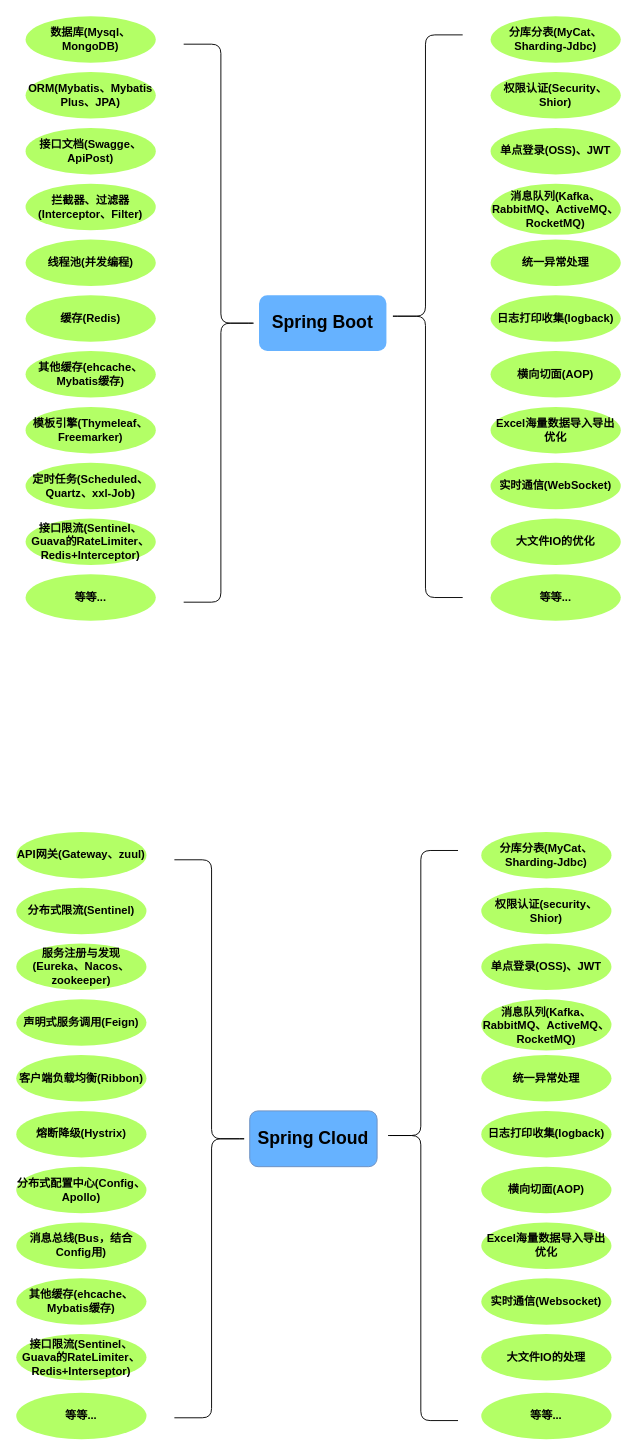
The draw.io diagram 其他/业界前沿技术栈框架(后端).drawio in KTLeYing/draw-diagram, before the edit. Source tidied: cells renumbered, new cells numbered last; positions are measured from the earlier drawing's top-left corner, leaving out a move shared by most shapes. Both pictures are drawn from the tidied source at 93%, with x=0, y=0 at pixel (16, 16).
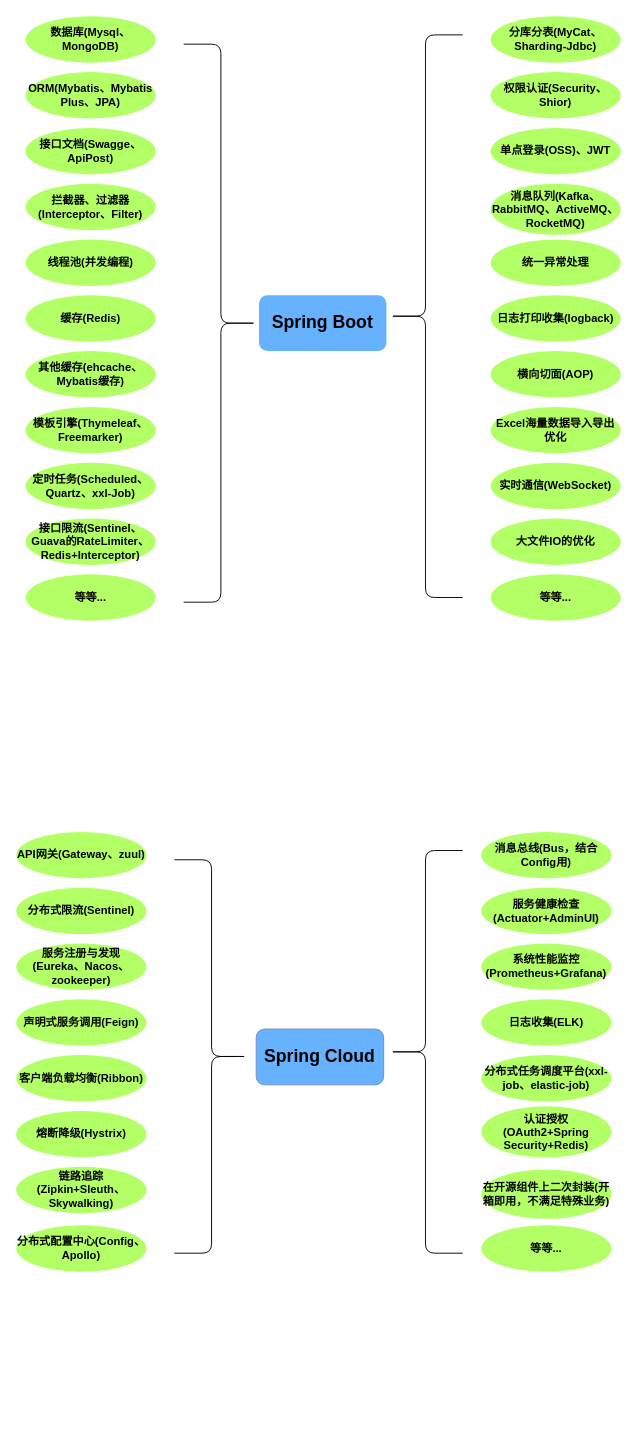
After the change.

Commit message:
更新业界前沿技术栈框架(后端).drawio

Change to the diagram source:
```diff
@@
     <mxCell id="27" value="&lt;font style=&quot;font-size: 19px;&quot;&gt;Spring Cloud&lt;/font&gt;" style="rounded=1;whiteSpace=wrap;html=1;fillColor=#66B2FF;strokeColor=#6c8ebf;fontStyle=1;gradientColor=none;" parent="1" vertex="1">
-      <mxGeometry x="251" y="1177" width="137" height="60" as="geometry" />
+      <mxGeometry x="258" y="1089" width="137" height="60" as="geometry" />
     </mxCell>
@@
     <mxCell id="34" value="分布式配置中心(Config、Apollo)" style="ellipse;whiteSpace=wrap;html=1;fillColor=#B3FF66;strokeColor=none;fontStyle=1;" parent="1" vertex="1">
-      <mxGeometry y="1237" width="140" height="50" as="geometry" />
+      <mxGeometry y="1300" width="140" height="50" as="geometry" />
     </mxCell>
     <mxCell id="35" value="消息总线(Bus，结合Config用)" style="ellipse;whiteSpace=wrap;html=1;fillColor=#B3FF66;strokeColor=none;fontStyle=1;" parent="1" vertex="1">
-      <mxGeometry y="1297" width="140" height="50" as="geometry" />
+      <mxGeometry x="500" y="877" width="140" height="50" as="geometry" />
     </mxCell>
-    <mxCell id="36" value="其他缓存(ehcache、Mybatis缓存)" style="ellipse;whiteSpace=wrap;html=1;fillColor=#B3FF66;strokeColor=none;fontStyle=1;" parent="1" vertex="1">
-      <mxGeometry y="1357" width="140" height="50" as="geometry" />
+    <mxCell id="36" value="服务健康检查(Actuator+AdminUI)" style="ellipse;whiteSpace=wrap;html=1;fillColor=#B3FF66;strokeColor=none;fontStyle=1;" parent="1" vertex="1">
+      <mxGeometry x="500" y="937" width="140" height="50" as="geometry" />
     </mxCell>
-    <mxCell id="37" value="接口限流(Sentinel、Guava的RateLimiter、Redis+Interseptor)" style="ellipse;whiteSpace=wrap;html=1;fillColor=#B3FF66;strokeColor=none;fontStyle=1;" parent="1" vertex="1">
-      <mxGeometry y="1417" width="140" height="50" as="geometry" />
+    <mxCell id="37" value="系统性能监控(Prometheus+Grafana)" style="ellipse;whiteSpace=wrap;html=1;fillColor=#B3FF66;strokeColor=none;fontStyle=1;" parent="1" vertex="1">
+      <mxGeometry x="500" y="997" width="140" height="50" as="geometry" />
     </mxCell>
-    <mxCell id="38" value="分库分表(MyCat、Sharding-Jdbc)" style="ellipse;whiteSpace=wrap;html=1;fillColor=#B3FF66;strokeColor=none;fontStyle=1;" parent="1" vertex="1">
-      <mxGeometry x="500" y="877" width="140" height="50" as="geometry" />
+    <mxCell id="38" value="&lt;div&gt;日志收集(&lt;span style=&quot;background-color: initial;&quot;&gt;ELK)&lt;/span&gt;&lt;/div&gt;" style="ellipse;whiteSpace=wrap;html=1;fillColor=#B3FF66;strokeColor=none;fontStyle=1;" parent="1" vertex="1">
+      <mxGeometry x="500" y="1057" width="140" height="50" as="geometry" />
     </mxCell>
-    <mxCell id="39" value="权限认证(security、Shior)" style="ellipse;whiteSpace=wrap;html=1;fillColor=#B3FF66;strokeColor=none;fontStyle=1;" parent="1" vertex="1">
-      <mxGeometry x="500" y="937" width="140" height="50" as="geometry" />
+    <mxCell id="39" value="链路追踪(Zipkin+Sleuth、Skywalking)" style="ellipse;whiteSpace=wrap;html=1;fillColor=#B3FF66;strokeColor=none;fontStyle=1;" parent="1" vertex="1">
+      <mxGeometry y="1237" width="140" height="50" as="geometry" />
     </mxCell>
-    <mxCell id="40" value="单点登录(OSS)、JWT" style="ellipse;whiteSpace=wrap;html=1;fillColor=#B3FF66;strokeColor=none;fontStyle=1;" parent="1" vertex="1">
-      <mxGeometry x="500" y="997" width="140" height="50" as="geometry" />
+    <mxCell id="40" value="分布式任务调度平台(xxl-job、elastic-job)" style="ellipse;whiteSpace=wrap;html=1;fillColor=#B3FF66;strokeColor=none;fontStyle=1;" parent="1" vertex="1">
+      <mxGeometry x="500" y="1117" width="140" height="50" as="geometry" />
     </mxCell>
-    <mxCell id="41" value="消息队列(Kafka、RabbitMQ、ActiveMQ、RocketMQ)" style="ellipse;whiteSpace=wrap;html=1;fillColor=#B3FF66;strokeColor=none;fontStyle=1;" parent="1" vertex="1">
-      <mxGeometry x="500" y="1057" width="140" height="55" as="geometry" />
+    <mxCell id="41" value="认证授权(OAuth2+Spring Security+Redis)" style="ellipse;whiteSpace=wrap;html=1;fillColor=#B3FF66;strokeColor=none;fontStyle=1;" parent="1" vertex="1">
+      <mxGeometry x="500" y="1172" width="140" height="55" as="geometry" />
     </mxCell>
-    <mxCell id="42" value="统一异常处理" style="ellipse;whiteSpace=wrap;html=1;fillColor=#B3FF66;strokeColor=none;fontStyle=1;" parent="1" vertex="1">
-      <mxGeometry x="500" y="1117" width="140" height="50" as="geometry" />
-    </mxCell>
-    <mxCell id="43" value="日志打印收集(logback)" style="ellipse;whiteSpace=wrap;html=1;fillColor=#B3FF66;strokeColor=none;fontStyle=1;" parent="1" vertex="1">
-      <mxGeometry x="500" y="1177" width="140" height="50" as="geometry" />
-    </mxCell>
-    <mxCell id="44" value="实时通信(Websocket)" style="ellipse;whiteSpace=wrap;html=1;fillColor=#B3FF66;strokeColor=none;fontStyle=1;" parent="1" vertex="1">
-      <mxGeometry x="500" y="1357" width="140" height="50" as="geometry" />
-    </mxCell>
-    <mxCell id="45" value="Excel海量数据导入导出优化" style="ellipse;whiteSpace=wrap;html=1;fillColor=#B3FF66;strokeColor=none;fontStyle=1;" parent="1" vertex="1">
-      <mxGeometry x="500" y="1297" width="140" height="50" as="geometry" />
-    </mxCell>
-    <mxCell id="46" value="横向切面(AOP)" style="ellipse;whiteSpace=wrap;html=1;fillColor=#B3FF66;strokeColor=none;fontStyle=1;" parent="1" vertex="1">
-      <mxGeometry x="500" y="1237" width="140" height="50" as="geometry" />
-    </mxCell>
-    <mxCell id="47" value="大文件IO的处理" style="ellipse;whiteSpace=wrap;html=1;fillColor=#B3FF66;strokeColor=none;fontStyle=1;" parent="1" vertex="1">
-      <mxGeometry x="500" y="1417" width="140" height="50" as="geometry" />
-    </mxCell>
-    <mxCell id="48" value="等等..." style="ellipse;whiteSpace=wrap;html=1;fillColor=#B3FF66;strokeColor=none;fontStyle=1;" parent="1" vertex="1">
-      <mxGeometry y="1480" width="140" height="50" as="geometry" />
-    </mxCell>
     <mxCell id="49" value="等等..." style="ellipse;whiteSpace=wrap;html=1;fillColor=#B3FF66;strokeColor=none;fontStyle=1;" parent="1" vertex="1">
-      <mxGeometry x="500" y="1480" width="140" height="50" as="geometry" />
+      <mxGeometry x="500" y="1300" width="140" height="50" as="geometry" />
     </mxCell>
     <mxCell id="50" style="shape=curlyBracket;whiteSpace=wrap;html=1;rounded=1;flipH=1;fontSize=19;fillColor=#D4E1F5;gradientColor=none;" parent="1" vertex="1">
-      <mxGeometry x="170" y="907" width="80" height="600" as="geometry" />
+      <mxGeometry x="170" y="907" width="80" height="423" as="geometry" />
     </mxCell>
     <mxCell id="51" style="shape=curlyBracket;whiteSpace=wrap;html=1;rounded=1;fontSize=19;fillColor=#D4E1F5;gradientColor=none;size=0.5;" parent="1" vertex="1">
-      <mxGeometry x="395" y="897" width="80" height="613" as="geometry" />
+      <mxGeometry x="400" y="897" width="80" height="433" as="geometry" />
     </mxCell>
+    <mxCell id="52" value="在开源组件上二次封装(开箱即用，不满足特殊业务)" style="ellipse;whiteSpace=wrap;html=1;fillColor=#B3FF66;strokeColor=none;fontStyle=1;" parent="1" vertex="1">
+      <mxGeometry x="500" y="1240" width="140" height="53" as="geometry" />
+    </mxCell>
```
